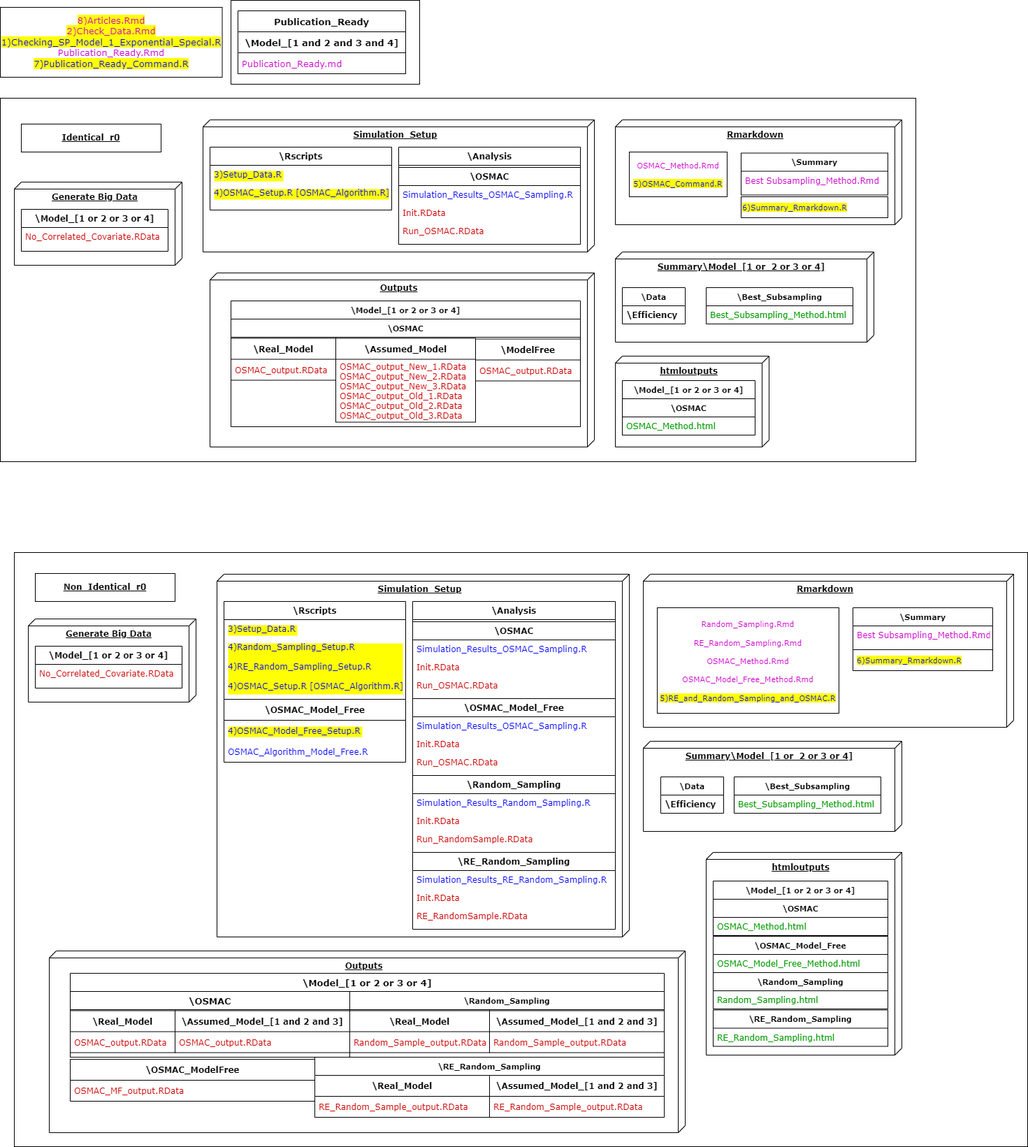
Above: Images/Brief_FullDiagram.png in Amalan-ConStat/RS_OS_MROS_LR_TwoVar_Normal (draw.io), before the change. Source tidied: cells renumbered, new cells last; positions are measured from the earlier drawing's top-left corner, leaving out a move shared by most shapes.
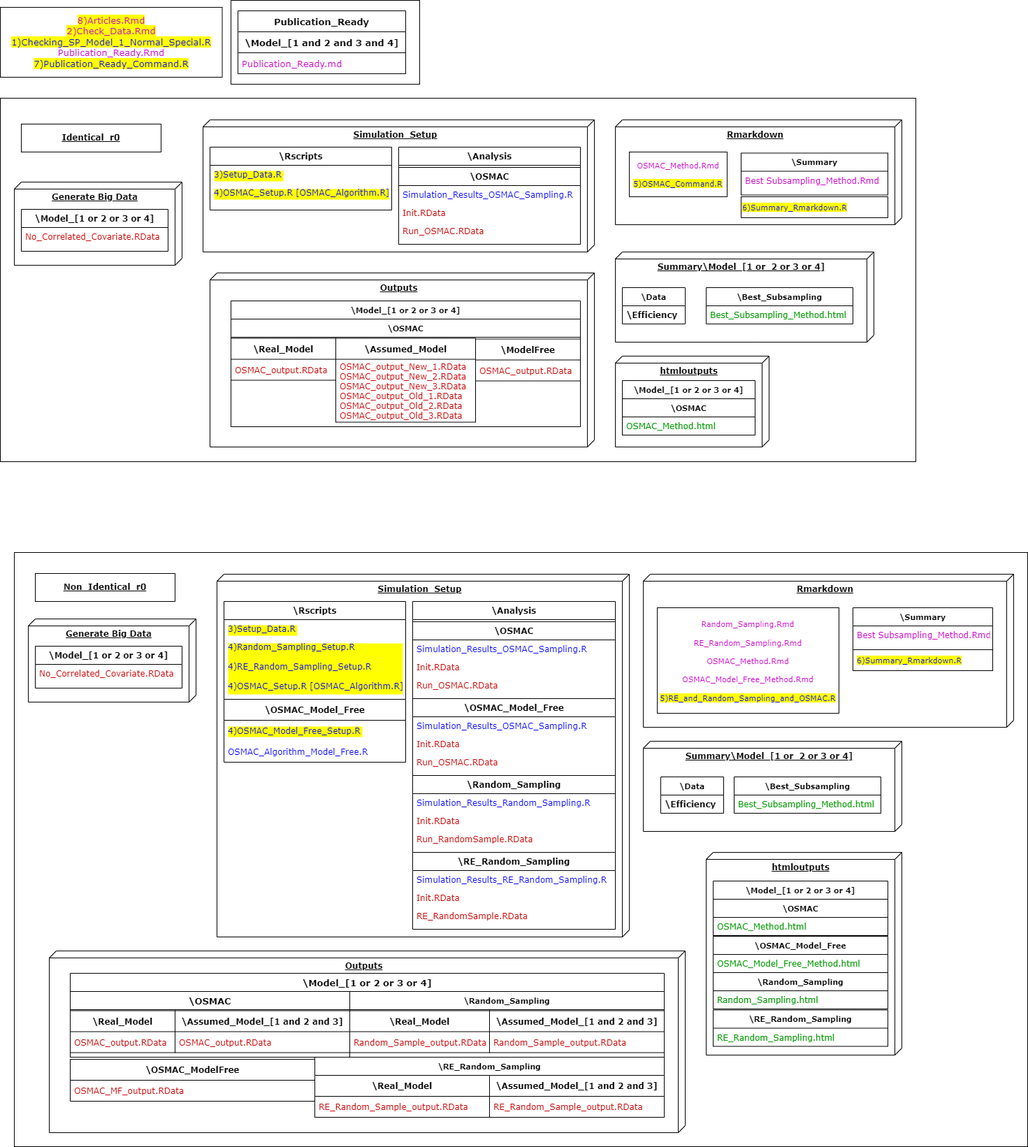
Above is the later version.

The edit, as a diff of the source:
```diff
@@ -320,7 +320,7 @@
     <mxCell id="107" value="RE_Random_Sampling.html" style="text;strokeColor=none;fillColor=none;align=left;verticalAlign=top;spacingLeft=4;spacingRight=4;overflow=hidden;fontColor=#009900;fontFamily=Verdana;" parent="106" vertex="1">
       <mxGeometry y="26" width="250" height="26" as="geometry" />
     </mxCell>
-    <mxCell id="108" value="&lt;font style=&quot;font-size: 13px&quot;&gt;&lt;font color=&quot;#cc00cc&quot; style=&quot;font-size: 13px&quot;&gt;&lt;span style=&quot;background-color: rgb(255, 255, 0);&quot;&gt;8)Articles.Rmd&lt;br&gt;2)Check_Data.Rmd&lt;/span&gt;&lt;/font&gt;&lt;br&gt;&lt;font style=&quot;font-size: 13px; background-color: rgb(255, 255, 0);&quot;&gt;1)Checking_SP_Model_1_Exponential_Special.R&lt;/font&gt;&lt;br&gt;&lt;font color=&quot;#cc00cc&quot; style=&quot;font-size: 13px&quot;&gt;Publication_Ready.Rmd&lt;/font&gt;&lt;br&gt;&lt;font style=&quot;font-size: 13px; background-color: rgb(255, 255, 0);&quot;&gt;7)Publication_Ready_Command.R&lt;/font&gt;&lt;/font&gt;" style="rounded=0;whiteSpace=wrap;html=1;fontFamily=Verdana;fontSize=13;fontColor=#0000FF;" parent="1" vertex="1">
+    <mxCell id="108" value="&lt;font style=&quot;font-size: 13px&quot;&gt;&lt;font color=&quot;#cc00cc&quot; style=&quot;font-size: 13px&quot;&gt;&lt;span style=&quot;background-color: rgb(255, 255, 0);&quot;&gt;8)Articles.Rmd&lt;br&gt;2)Check_Data.Rmd&lt;/span&gt;&lt;/font&gt;&lt;br&gt;&lt;font style=&quot;font-size: 13px; background-color: rgb(255, 255, 0);&quot;&gt;1)Checking_SP_Model_1_Normal_Special.R&lt;/font&gt;&lt;br&gt;&lt;font color=&quot;#cc00cc&quot; style=&quot;font-size: 13px&quot;&gt;Publication_Ready.Rmd&lt;/font&gt;&lt;br&gt;&lt;font style=&quot;font-size: 13px; background-color: rgb(255, 255, 0);&quot;&gt;7)Publication_Ready_Command.R&lt;/font&gt;&lt;/font&gt;" style="rounded=0;whiteSpace=wrap;html=1;fontFamily=Verdana;fontSize=13;fontColor=#0000FF;" parent="1" vertex="1">
       <mxGeometry y="10" width="317.5" height="100" as="geometry" />
     </mxCell>
     <mxCell id="109" value="Publication_Ready" style="swimlane;fontStyle=1;horizontal=1;startSize=30;fontFamily=Verdana;fontSize=13;fontColor=#000000;" parent="1" vertex="1">
```
